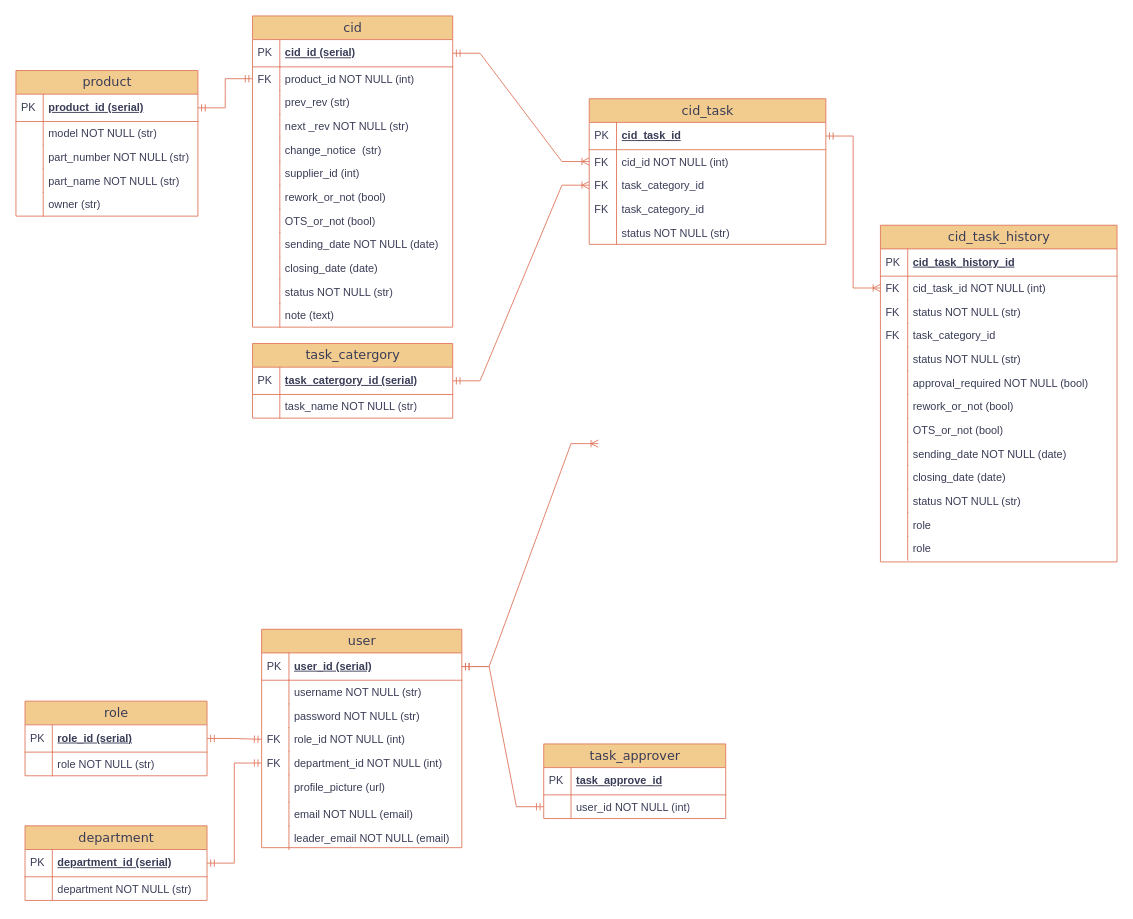
The draw.io diagram Untitled Diagram.drawio in HieuBuiCong/ResumeHieuBC, before the edit. Source tidied: cells renumbered, new cells numbered last; positions are measured from the earlier drawing's top-left corner, leaving out a move shared by most shapes. Both pictures are drawn from the tidied source at 91%, with x=0, y=0 at pixel (15, 15).
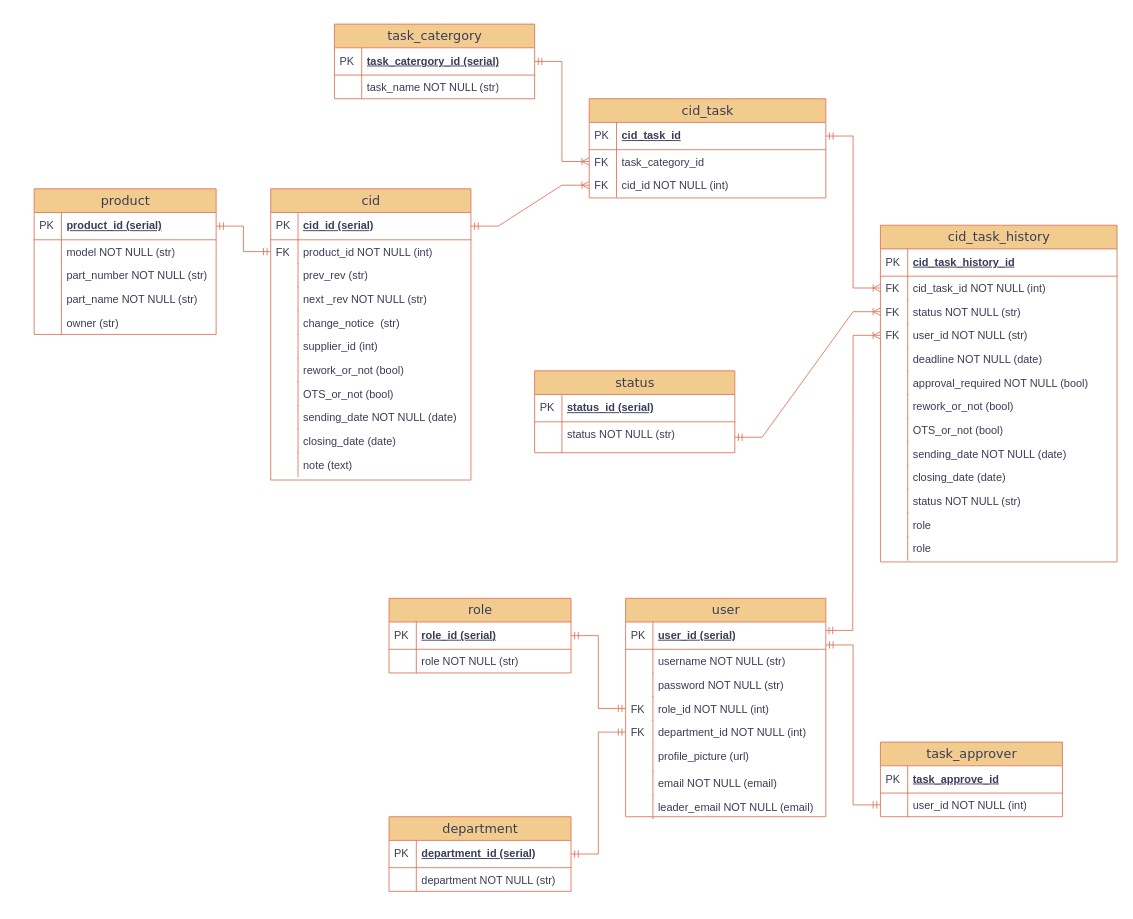
After the change.

The change refers to these unchanged cells:
```xml
<mxCell id="3" value="user_id (serial)" style="shape=partialRectangle;top=0;left=0;right=0;bottom=1;html=1;align=left;verticalAlign=middle;fillColor=none;spacingLeft=34;spacingRight=4;whiteSpace=wrap;overflow=hidden;points=[[0,0.5],[1,0.5]];portConstraint=eastwest;fontStyle=5;strokeColor=#E07A5F;labelBackgroundColor=none;fontColor=#393C56;" parent="2" vertex="1">
  <mxGeometry y="26" width="220" height="30" as="geometry" />
</mxCell>
<mxCell id="9" value="role_id NOT NULL (int)" style="shape=partialRectangle;top=0;left=0;right=0;bottom=0;html=1;align=left;verticalAlign=top;fillColor=none;spacingLeft=34;spacingRight=4;whiteSpace=wrap;overflow=hidden;points=[[0,0.5],[1,0.5]];portConstraint=eastwest;labelBackgroundColor=none;strokeColor=#E07A5F;fontColor=#393C56;" parent="2" vertex="1">
  <mxGeometry y="108" width="220" height="26" as="geometry" />
</mxCell>
<mxCell id="11" value="department_id NOT NULL (int)&lt;br&gt;&lt;div&gt;&lt;br&gt;&lt;/div&gt;" style="shape=partialRectangle;top=0;left=0;right=0;bottom=0;html=1;align=left;verticalAlign=top;fillColor=none;spacingLeft=34;spacingRight=4;whiteSpace=wrap;overflow=hidden;points=[[0,0.5],[1,0.5]];portConstraint=eastwest;labelBackgroundColor=none;strokeColor=#E07A5F;fontColor=#393C56;" parent="2" vertex="1">
  <mxGeometry y="134" width="220" height="26" as="geometry" />
</mxCell>
<mxCell id="18" value="cid_id (serial)" style="shape=partialRectangle;top=0;left=0;right=0;bottom=1;html=1;align=left;verticalAlign=middle;fillColor=none;spacingLeft=34;spacingRight=4;whiteSpace=wrap;overflow=hidden;points=[[0,0.5],[1,0.5]];portConstraint=eastwest;fontStyle=5;labelBackgroundColor=none;strokeColor=#E07A5F;fontColor=#393C56;" parent="17" vertex="1">
  <mxGeometry y="26" width="220" height="30" as="geometry" />
</mxCell>
<mxCell id="20" value="product_id NOT NULL (int)" style="shape=partialRectangle;top=0;left=0;right=0;bottom=0;html=1;align=left;verticalAlign=top;fillColor=none;spacingLeft=34;spacingRight=4;whiteSpace=wrap;overflow=hidden;points=[[0,0.5],[1,0.5]];portConstraint=eastwest;labelBackgroundColor=none;strokeColor=#E07A5F;fontColor=#393C56;" parent="17" vertex="1">
  <mxGeometry y="56" width="220" height="26" as="geometry" />
</mxCell>
<mxCell id="43" value="department_id (serial)" style="shape=partialRectangle;top=0;left=0;right=0;bottom=1;html=1;align=left;verticalAlign=middle;fillColor=none;spacingLeft=34;spacingRight=4;whiteSpace=wrap;overflow=hidden;points=[[0,0.5],[1,0.5]];portConstraint=eastwest;fontStyle=5;labelBackgroundColor=none;strokeColor=#E07A5F;fontColor=#393C56;" parent="42" vertex="1">
  <mxGeometry y="26" width="200" height="30" as="geometry" />
</mxCell>
<mxCell id="49" value="role_id (serial)" style="shape=partialRectangle;top=0;left=0;right=0;bottom=1;html=1;align=left;verticalAlign=middle;fillColor=none;spacingLeft=34;spacingRight=4;whiteSpace=wrap;overflow=hidden;points=[[0,0.5],[1,0.5]];portConstraint=eastwest;fontStyle=5;labelBackgroundColor=none;strokeColor=#E07A5F;fontColor=#393C56;" parent="48" vertex="1">
  <mxGeometry y="26" width="200" height="30" as="geometry" />
</mxCell>
<mxCell id="55" value="product_id (serial)" style="shape=partialRectangle;top=0;left=0;right=0;bottom=1;html=1;align=left;verticalAlign=middle;fillColor=none;spacingLeft=34;spacingRight=4;whiteSpace=wrap;overflow=hidden;points=[[0,0.5],[1,0.5]];portConstraint=eastwest;fontStyle=5;strokeColor=#E07A5F;labelBackgroundColor=none;fontColor=#393C56;" parent="54" vertex="1">
  <mxGeometry y="26" width="200" height="30" as="geometry" />
</mxCell>
<mxCell id="66" value="task_catergory_id (serial)" style="shape=partialRectangle;top=0;left=0;right=0;bottom=1;html=1;align=left;verticalAlign=middle;fillColor=none;spacingLeft=34;spacingRight=4;whiteSpace=wrap;overflow=hidden;points=[[0,0.5],[1,0.5]];portConstraint=eastwest;fontStyle=5;strokeColor=#E07A5F;labelBackgroundColor=none;fontColor=#393C56;" parent="65" vertex="1">
  <mxGeometry y="26" width="220" height="30" as="geometry" />
</mxCell>
<mxCell id="90" value="user_id NOT NULL (int)" style="shape=partialRectangle;top=0;left=0;right=0;bottom=0;html=1;align=left;verticalAlign=top;fillColor=none;spacingLeft=34;spacingRight=4;whiteSpace=wrap;overflow=hidden;points=[[0,0.5],[1,0.5]];portConstraint=eastwest;labelBackgroundColor=none;strokeColor=#E07A5F;fontColor=#393C56;" parent="87" vertex="1">
  <mxGeometry y="56" width="200" height="26" as="geometry" />
</mxCell>
<mxCell id="93" value="cid_task_history" style="swimlane;html=1;fontStyle=0;horizontal=1;startSize=26;fillColor=#F2CC8F;swimlaneFillColor=#ffffff;align=center;rounded=0;shadow=0;comic=0;labelBackgroundColor=none;strokeWidth=1;fontFamily=Verdana;fontSize=14;strokeColor=#E07A5F;fontColor=#393C56;" parent="1" vertex="1">
  <mxGeometry x="950" y="230" width="260" height="370" as="geometry" />
</mxCell>
<mxCell id="98" value="status NOT NULL (str)" style="shape=partialRectangle;top=0;left=0;right=0;bottom=0;html=1;align=left;verticalAlign=top;fillColor=none;spacingLeft=34;spacingRight=4;whiteSpace=wrap;overflow=hidden;points=[[0,0.5],[1,0.5]];portConstraint=eastwest;labelBackgroundColor=none;strokeColor=#E07A5F;fontColor=#393C56;" parent="93" vertex="1">
  <mxGeometry y="82" width="260" height="26" as="geometry" />
</mxCell>
```

The edit, as a diff of the source:
```diff
@@
     <mxCell id="2" value="user" style="swimlane;html=1;fontStyle=0;horizontal=1;startSize=26;fillColor=#F2CC8F;swimlaneFillColor=#ffffff;align=center;rounded=0;shadow=0;comic=0;labelBackgroundColor=none;strokeWidth=1;fontFamily=Verdana;fontSize=14;strokeColor=#E07A5F;fontColor=#393C56;" parent="1" vertex="1">
-      <mxGeometry x="270" y="674" width="220" height="240" as="geometry" />
+      <mxGeometry x="670" y="640" width="220" height="240" as="geometry" />
     </mxCell>
@@
     <mxCell id="17" value="cid" style="swimlane;html=1;fontStyle=0;horizontal=1;startSize=26;fillColor=#F2CC8F;swimlaneFillColor=#ffffff;align=center;rounded=0;shadow=0;comic=0;labelBackgroundColor=none;strokeWidth=1;fontFamily=Verdana;fontSize=14;strokeColor=#E07A5F;fontColor=#393C56;" parent="1" vertex="1">
-      <mxGeometry x="260" width="220" height="342" as="geometry" />
+      <mxGeometry x="280" y="190" width="220" height="320" as="geometry" />
     </mxCell>
@@
-    <mxCell id="38" value="status NOT NULL (str)" style="shape=partialRectangle;top=0;left=0;right=0;bottom=0;html=1;align=left;verticalAlign=top;fillColor=none;spacingLeft=34;spacingRight=4;whiteSpace=wrap;overflow=hidden;labelBackgroundColor=none;strokeColor=#E07A5F;fontColor=#393C56;" parent="17" vertex="1">
-      <mxGeometry y="290" width="220" height="26" as="geometry" />
-    </mxCell>
-    <mxCell id="39" style="shape=partialRectangle;top=0;left=0;bottom=0;html=1;fillColor=none;align=left;verticalAlign=top;spacingLeft=4;spacingRight=4;whiteSpace=wrap;overflow=hidden;labelBackgroundColor=none;strokeColor=#E07A5F;fontColor=#393C56;" parent="38" vertex="1">
-      <mxGeometry width="30" height="26" as="geometry" />
-    </mxCell>
     <mxCell id="40" value="note (text)" style="shape=partialRectangle;top=0;left=0;right=0;bottom=0;html=1;align=left;verticalAlign=top;fillColor=none;spacingLeft=34;spacingRight=4;whiteSpace=wrap;overflow=hidden;labelBackgroundColor=none;strokeColor=#E07A5F;fontColor=#393C56;" parent="17" vertex="1">
-      <mxGeometry y="316" width="220" height="26" as="geometry" />
+      <mxGeometry y="290" width="220" height="26" as="geometry" />
     </mxCell>
@@
     <mxCell id="42" value="department" style="swimlane;html=1;fontStyle=0;horizontal=1;startSize=26;fillColor=#F2CC8F;swimlaneFillColor=#ffffff;align=center;rounded=0;shadow=0;comic=0;labelBackgroundColor=none;strokeWidth=1;fontFamily=Verdana;fontSize=14;strokeColor=#E07A5F;fontColor=#393C56;" parent="1" vertex="1">
-      <mxGeometry x="10" y="890" width="200" height="82" as="geometry" />
+      <mxGeometry x="410" y="880" width="200" height="82" as="geometry" />
     </mxCell>
@@
     <mxCell id="47" style="edgeStyle=entityRelationEdgeStyle;fontSize=12;html=1;endArrow=ERmandOne;startArrow=ERmandOne;rounded=0;entryX=0;entryY=0.5;entryDx=0;entryDy=0;exitX=1;exitY=0.5;exitDx=0;exitDy=0;labelBackgroundColor=none;strokeColor=#E07A5F;fontColor=default;" parent="1" edge="1" source="43" target="11">
       <mxGeometry relative="1" as="geometry">
         <Array as="points">
-          <mxPoint x="252" y="897" />
+          <mxPoint x="652" y="863" />
         </Array>
       </mxGeometry>
     </mxCell>
     <mxCell id="48" value="role" style="swimlane;html=1;fontStyle=0;horizontal=1;startSize=26;fillColor=#F2CC8F;swimlaneFillColor=#ffffff;align=center;rounded=0;shadow=0;comic=0;labelBackgroundColor=none;strokeWidth=1;fontFamily=Verdana;fontSize=14;strokeColor=#E07A5F;fontColor=#393C56;" parent="1" vertex="1">
-      <mxGeometry x="10" y="753" width="200" height="82" as="geometry" />
+      <mxGeometry x="410" y="640" width="200" height="82" as="geometry" />
     </mxCell>
@@
     <mxCell id="53" style="edgeStyle=entityRelationEdgeStyle;fontSize=12;html=1;endArrow=ERmandOne;startArrow=ERmandOne;rounded=0;entryX=0;entryY=0.5;entryDx=0;entryDy=0;exitX=1;exitY=0.5;exitDx=0;exitDy=0;labelBackgroundColor=none;strokeColor=#E07A5F;fontColor=default;" parent="1" edge="1" source="49" target="9">
       <mxGeometry relative="1" as="geometry">
         <Array as="points">
-          <mxPoint x="262" y="907" />
+          <mxPoint x="662" y="873" />
         </Array>
       </mxGeometry>
     </mxCell>
     <mxCell id="54" value="product" style="swimlane;html=1;fontStyle=0;horizontal=1;startSize=26;fillColor=#F2CC8F;swimlaneFillColor=#ffffff;align=center;rounded=0;shadow=0;comic=0;labelBackgroundColor=none;strokeWidth=1;fontFamily=Verdana;fontSize=14;strokeColor=#E07A5F;fontColor=#393C56;" parent="1" vertex="1">
-      <mxGeometry y="60" width="200" height="160" as="geometry" />
+      <mxGeometry x="20" y="190" width="200" height="160" as="geometry" />
     </mxCell>
@@
     <mxCell id="65" value="task_catergory" style="swimlane;html=1;fontStyle=0;horizontal=1;startSize=26;fillColor=#F2CC8F;swimlaneFillColor=#ffffff;align=center;rounded=0;shadow=0;comic=0;labelBackgroundColor=none;strokeWidth=1;fontFamily=Verdana;fontSize=14;strokeColor=#E07A5F;fontColor=#393C56;" parent="1" vertex="1">
-      <mxGeometry x="260" y="360" width="220" height="82" as="geometry" />
+      <mxGeometry x="350" y="9" width="220" height="82" as="geometry" />
     </mxCell>
@@
     <mxCell id="70" value="cid_task" style="swimlane;html=1;fontStyle=0;horizontal=1;startSize=26;fillColor=#F2CC8F;swimlaneFillColor=#ffffff;align=center;rounded=0;shadow=0;comic=0;labelBackgroundColor=none;strokeWidth=1;fontFamily=Verdana;fontSize=14;strokeColor=#E07A5F;fontColor=#393C56;" parent="1" vertex="1">
-      <mxGeometry x="630" y="91" width="260" height="160" as="geometry" />
+      <mxGeometry x="630" y="91" width="260" height="109" as="geometry" />
     </mxCell>
@@
-    <mxCell id="73" value="cid_id NOT NULL (int)" style="shape=partialRectangle;top=0;left=0;right=0;bottom=0;html=1;align=left;verticalAlign=top;fillColor=none;spacingLeft=34;spacingRight=4;whiteSpace=wrap;overflow=hidden;points=[[0,0.5],[1,0.5]];portConstraint=eastwest;labelBackgroundColor=none;strokeColor=#E07A5F;fontColor=#393C56;" parent="70" vertex="1">
+    <mxCell id="73" value="task_category_id" style="shape=partialRectangle;top=0;left=0;right=0;bottom=0;html=1;align=left;verticalAlign=top;fillColor=none;spacingLeft=34;spacingRight=4;whiteSpace=wrap;overflow=hidden;points=[[0,0.5],[1,0.5]];portConstraint=eastwest;labelBackgroundColor=none;strokeColor=#E07A5F;fontColor=#393C56;" parent="70" vertex="1">
       <mxGeometry y="56" width="260" height="26" as="geometry" />
     </mxCell>
@@
-    <mxCell id="75" value="task_category_id" style="shape=partialRectangle;top=0;left=0;right=0;bottom=0;html=1;align=left;verticalAlign=top;fillColor=none;spacingLeft=34;spacingRight=4;whiteSpace=wrap;overflow=hidden;points=[[0,0.5],[1,0.5]];portConstraint=eastwest;labelBackgroundColor=none;strokeColor=#E07A5F;fontColor=#393C56;" parent="70" vertex="1">
+    <mxCell id="75" value="cid_id NOT NULL (int)" style="shape=partialRectangle;top=0;left=0;right=0;bottom=0;html=1;align=left;verticalAlign=top;fillColor=none;spacingLeft=34;spacingRight=4;whiteSpace=wrap;overflow=hidden;points=[[0,0.5],[1,0.5]];portConstraint=eastwest;labelBackgroundColor=none;strokeColor=#E07A5F;fontColor=#393C56;" parent="70" vertex="1">
       <mxGeometry y="82" width="260" height="26" as="geometry" />
     </mxCell>
@@
-    <mxCell id="77" value="task_category_id" style="shape=partialRectangle;top=0;left=0;right=0;bottom=0;html=1;align=left;verticalAlign=top;fillColor=none;spacingLeft=34;spacingRight=4;whiteSpace=wrap;overflow=hidden;labelBackgroundColor=none;strokeColor=#E07A5F;fontColor=#393C56;" parent="70" vertex="1">
-      <mxGeometry y="108" width="260" height="26" as="geometry" />
-    </mxCell>
-    <mxCell id="78" value="FK" style="shape=partialRectangle;top=0;left=0;bottom=0;html=1;fillColor=none;align=left;verticalAlign=top;spacingLeft=4;spacingRight=4;whiteSpace=wrap;overflow=hidden;labelBackgroundColor=none;strokeColor=#E07A5F;fontColor=#393C56;" parent="77" vertex="1">
-      <mxGeometry width="30" height="26" as="geometry" />
-    </mxCell>
-    <mxCell id="79" value="status NOT NULL (str)" style="shape=partialRectangle;top=0;left=0;right=0;bottom=0;html=1;align=left;verticalAlign=top;fillColor=none;spacingLeft=34;spacingRight=4;whiteSpace=wrap;overflow=hidden;labelBackgroundColor=none;strokeColor=#E07A5F;fontColor=#393C56;" parent="70" vertex="1">
-      <mxGeometry y="134" width="260" height="26" as="geometry" />
-    </mxCell>
-    <mxCell id="80" style="shape=partialRectangle;top=0;left=0;bottom=0;html=1;fillColor=none;align=left;verticalAlign=top;spacingLeft=4;spacingRight=4;whiteSpace=wrap;overflow=hidden;labelBackgroundColor=none;strokeColor=#E07A5F;fontColor=#393C56;" parent="79" vertex="1">
-      <mxGeometry width="30" height="26" as="geometry" />
-    </mxCell>
     <mxCell id="81" style="edgeStyle=entityRelationEdgeStyle;fontSize=12;html=1;endArrow=ERmandOne;startArrow=ERmandOne;rounded=0;entryX=0;entryY=0.5;entryDx=0;entryDy=0;exitX=1;exitY=0.5;exitDx=0;exitDy=0;labelBackgroundColor=none;strokeColor=#E07A5F;fontColor=default;" parent="1" edge="1" source="55" target="20">
       <mxGeometry relative="1" as="geometry">
         <Array as="points">
-          <mxPoint x="292" y="192" />
-          <mxPoint x="260" y="89" />
+          <mxPoint x="222" y="192" />
+          <mxPoint x="190" y="89" />
         </Array>
       </mxGeometry>
     </mxCell>
-    <mxCell id="82" style="edgeStyle=entityRelationEdgeStyle;fontSize=12;html=1;endArrow=ERoneToMany;startArrow=ERmandOne;rounded=0;strokeColor=#E07A5F;fontColor=#393C56;fillColor=#F2CC8F;exitX=1;exitY=0.5;exitDx=0;exitDy=0;entryX=0;entryY=0.5;entryDx=0;entryDy=0;" parent="1" edge="1" source="18" target="73">
+    <mxCell id="82" style="edgeStyle=entityRelationEdgeStyle;fontSize=12;html=1;endArrow=ERoneToMany;startArrow=ERmandOne;rounded=0;strokeColor=#E07A5F;fontColor=#393C56;fillColor=#F2CC8F;exitX=1;exitY=0.5;exitDx=0;exitDy=0;entryX=0;entryY=0.5;entryDx=0;entryDy=0;" parent="1" edge="1" source="18" target="75">
       <mxGeometry relative="1" as="geometry">
         <Array as="points">
-          <mxPoint x="490" y="210" />
+          <mxPoint x="570" y="210" />
         </Array>
       </mxGeometry>
     </mxCell>
-    <mxCell id="83" style="edgeStyle=entityRelationEdgeStyle;fontSize=12;html=1;endArrow=ERoneToMany;startArrow=ERmandOne;rounded=0;strokeColor=#E07A5F;fontColor=#393C56;fillColor=#F2CC8F;exitX=1;exitY=0.5;exitDx=0;exitDy=0;entryX=0;entryY=0.5;entryDx=0;entryDy=0;" parent="1" edge="1" source="3">
+    <mxCell id="83" style="edgeStyle=entityRelationEdgeStyle;fontSize=12;html=1;endArrow=ERoneToMany;startArrow=ERmandOne;rounded=0;strokeColor=#E07A5F;fontColor=#393C56;fillColor=#F2CC8F;exitX=0.998;exitY=0.308;exitDx=0;exitDy=0;entryX=0;entryY=0.5;entryDx=0;entryDy=0;exitPerimeter=0;" parent="1" edge="1" source="3" target="100">
       <mxGeometry relative="1" as="geometry">
-        <mxPoint x="640" y="470" as="targetPoint" />
         <Array as="points">
           <mxPoint x="460" y="629" />
         </Array>
       </mxGeometry>
     </mxCell>
-    <mxCell id="84" style="edgeStyle=entityRelationEdgeStyle;fontSize=12;html=1;endArrow=ERoneToMany;startArrow=ERmandOne;rounded=0;strokeColor=#E07A5F;fontColor=#393C56;fillColor=#F2CC8F;exitX=1;exitY=0.5;exitDx=0;exitDy=0;entryX=0;entryY=0.5;entryDx=0;entryDy=0;" parent="1" edge="1" source="66" target="75">
+    <mxCell id="84" style="edgeStyle=entityRelationEdgeStyle;fontSize=12;html=1;endArrow=ERoneToMany;startArrow=ERmandOne;rounded=0;strokeColor=#E07A5F;fontColor=#393C56;fillColor=#F2CC8F;exitX=1;exitY=0.5;exitDx=0;exitDy=0;entryX=0;entryY=0.5;entryDx=0;entryDy=0;" parent="1" edge="1" source="66" target="73">
       <mxGeometry relative="1" as="geometry">
         <Array as="points">
           <mxPoint x="1460" y="570" />
           <mxPoint x="1470" y="600" />
           <mxPoint x="1480" y="640" />
           <mxPoint x="1390" y="400" />
         </Array>
       </mxGeometry>
     </mxCell>
     <mxCell id="85" value="leader_email NOT NULL (email)" style="shape=partialRectangle;top=0;left=0;right=0;bottom=0;html=1;align=left;verticalAlign=top;fillColor=none;spacingLeft=34;spacingRight=4;whiteSpace=wrap;overflow=hidden;labelBackgroundColor=none;strokeColor=#E07A5F;fontColor=#393C56;" parent="1" vertex="1">
-      <mxGeometry x="270" y="890" width="220" height="26" as="geometry" />
+      <mxGeometry x="670" y="856" width="220" height="26" as="geometry" />
     </mxCell>
@@
     <mxCell id="87" value="task_approver" style="swimlane;html=1;fontStyle=0;horizontal=1;startSize=26;fillColor=#F2CC8F;swimlaneFillColor=#ffffff;align=center;rounded=0;shadow=0;comic=0;labelBackgroundColor=none;strokeWidth=1;fontFamily=Verdana;fontSize=14;strokeColor=#E07A5F;fontColor=#393C56;" parent="1" vertex="1">
-      <mxGeometry x="580" y="800" width="200" height="82" as="geometry" />
+      <mxGeometry x="950" y="798" width="200" height="82" as="geometry" />
     </mxCell>
@@
-    <mxCell id="92" style="edgeStyle=entityRelationEdgeStyle;fontSize=12;html=1;endArrow=ERmandOne;startArrow=ERmandOne;rounded=0;entryX=1;entryY=0.5;entryDx=0;entryDy=0;exitX=0;exitY=0.5;exitDx=0;exitDy=0;labelBackgroundColor=none;strokeColor=#E07A5F;fontColor=default;" parent="1" edge="1" source="90" target="3">
+    <mxCell id="92" style="edgeStyle=entityRelationEdgeStyle;fontSize=12;html=1;endArrow=ERmandOne;startArrow=ERmandOne;rounded=0;entryX=1;entryY=0.841;entryDx=0;entryDy=0;exitX=0;exitY=0.5;exitDx=0;exitDy=0;labelBackgroundColor=none;strokeColor=#E07A5F;fontColor=default;entryPerimeter=0;" parent="1" edge="1" source="90" target="3">
       <mxGeometry relative="1" as="geometry">
         <Array as="points">
-          <mxPoint x="272" y="917" />
-          <mxPoint x="210" y="714" />
+          <mxPoint x="672" y="883" />
+          <mxPoint x="610" y="680" />
         </Array>
       </mxGeometry>
     </mxCell>
@@
-    <mxCell id="100" value="task_category_id" style="shape=partialRectangle;top=0;left=0;right=0;bottom=0;html=1;align=left;verticalAlign=top;fillColor=none;spacingLeft=34;spacingRight=4;whiteSpace=wrap;overflow=hidden;points=[[0,0.5],[1,0.5]];portConstraint=eastwest;labelBackgroundColor=none;strokeColor=#E07A5F;fontColor=#393C56;" parent="93" vertex="1">
+    <mxCell id="100" value="user_id NOT NULL (str)" style="shape=partialRectangle;top=0;left=0;right=0;bottom=0;html=1;align=left;verticalAlign=top;fillColor=none;spacingLeft=34;spacingRight=4;whiteSpace=wrap;overflow=hidden;points=[[0,0.5],[1,0.5]];portConstraint=eastwest;labelBackgroundColor=none;strokeColor=#E07A5F;fontColor=#393C56;" parent="93" vertex="1">
       <mxGeometry y="108" width="260" height="26" as="geometry" />
     </mxCell>
@@
-    <mxCell id="102" value="status NOT NULL (str)" style="shape=partialRectangle;top=0;left=0;right=0;bottom=0;html=1;align=left;verticalAlign=top;fillColor=none;spacingLeft=34;spacingRight=4;whiteSpace=wrap;overflow=hidden;labelBackgroundColor=none;strokeColor=#E07A5F;fontColor=#393C56;" parent="93" vertex="1">
+    <mxCell id="102" value="deadline NOT NULL (date)" style="shape=partialRectangle;top=0;left=0;right=0;bottom=0;html=1;align=left;verticalAlign=top;fillColor=none;spacingLeft=34;spacingRight=4;whiteSpace=wrap;overflow=hidden;labelBackgroundColor=none;strokeColor=#E07A5F;fontColor=#393C56;" parent="93" vertex="1">
       <mxGeometry y="134" width="260" height="26" as="geometry" />
     </mxCell>
@@
+    <mxCell id="121" value="status" style="swimlane;html=1;fontStyle=0;horizontal=1;startSize=26;fillColor=#F2CC8F;swimlaneFillColor=#ffffff;align=center;rounded=0;shadow=0;comic=0;labelBackgroundColor=none;strokeWidth=1;fontFamily=Verdana;fontSize=14;strokeColor=#E07A5F;fontColor=#393C56;" parent="1" vertex="1">
+      <mxGeometry x="570" y="390" width="220" height="90" as="geometry" />
+    </mxCell>
+    <mxCell id="122" value="status_id (serial)" style="shape=partialRectangle;top=0;left=0;right=0;bottom=1;html=1;align=left;verticalAlign=middle;fillColor=none;spacingLeft=34;spacingRight=4;whiteSpace=wrap;overflow=hidden;fontStyle=5;strokeColor=#E07A5F;labelBackgroundColor=none;fontColor=#393C56;" parent="121" vertex="1">
+      <mxGeometry y="26" width="220" height="30" as="geometry" />
+    </mxCell>
+    <mxCell id="123" value="PK" style="shape=partialRectangle;top=0;left=0;bottom=0;html=1;fillColor=none;align=left;verticalAlign=middle;spacingLeft=4;spacingRight=4;whiteSpace=wrap;overflow=hidden;labelBackgroundColor=none;strokeColor=#E07A5F;fontColor=#393C56;" parent="122" vertex="1">
+      <mxGeometry width="30" height="30" as="geometry" />
+    </mxCell>
+    <mxCell id="124" value="status NOT NULL (str)" style="shape=partialRectangle;top=0;left=0;right=0;bottom=0;html=1;align=left;verticalAlign=top;fillColor=none;spacingLeft=34;spacingRight=4;whiteSpace=wrap;overflow=hidden;points=[[0,0.5],[1,0.5]];portConstraint=eastwest;labelBackgroundColor=none;strokeColor=#E07A5F;fontColor=#393C56;" parent="121" vertex="1">
+      <mxGeometry y="56" width="220" height="34" as="geometry" />
+    </mxCell>
+    <mxCell id="125" style="shape=partialRectangle;top=0;left=0;bottom=0;html=1;fillColor=none;align=left;verticalAlign=top;spacingLeft=4;spacingRight=4;whiteSpace=wrap;overflow=hidden;labelBackgroundColor=none;strokeColor=#E07A5F;fontColor=#393C56;" parent="124" vertex="1">
+      <mxGeometry width="30" height="34" as="geometry" />
+    </mxCell>
+    <mxCell id="126" style="edgeStyle=entityRelationEdgeStyle;fontSize=12;html=1;endArrow=ERoneToMany;startArrow=ERmandOne;rounded=0;strokeColor=#E07A5F;fontColor=#393C56;fillColor=#F2CC8F;exitX=1;exitY=0.5;exitDx=0;exitDy=0;entryX=0;entryY=0.5;entryDx=0;entryDy=0;" parent="1" edge="1" source="124" target="98">
+      <mxGeometry relative="1" as="geometry">
+        <Array as="points">
+          <mxPoint x="830" y="129" />
+        </Array>
+      </mxGeometry>
+    </mxCell>
```
